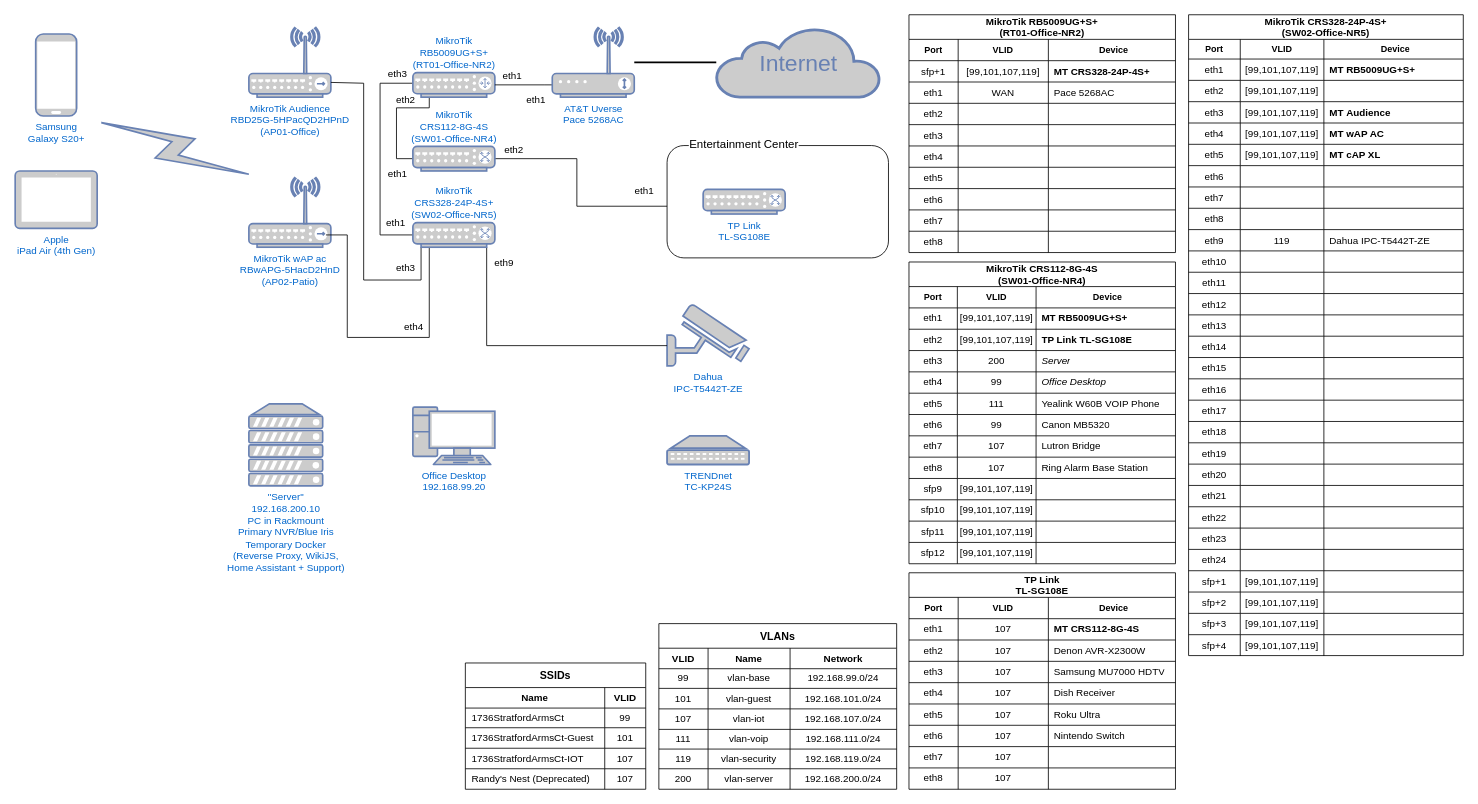
The draw.io diagram smart-home/homelab.drawio in simsrw73/documents, before the edit. Source tidied: cells renumbered, new cells numbered last; positions are measured from the earlier drawing's top-left corner, leaving out a move shared by most shapes. Both pictures are drawn from the tidied source at 82%, with x=0, y=0 at pixel (15, 14).
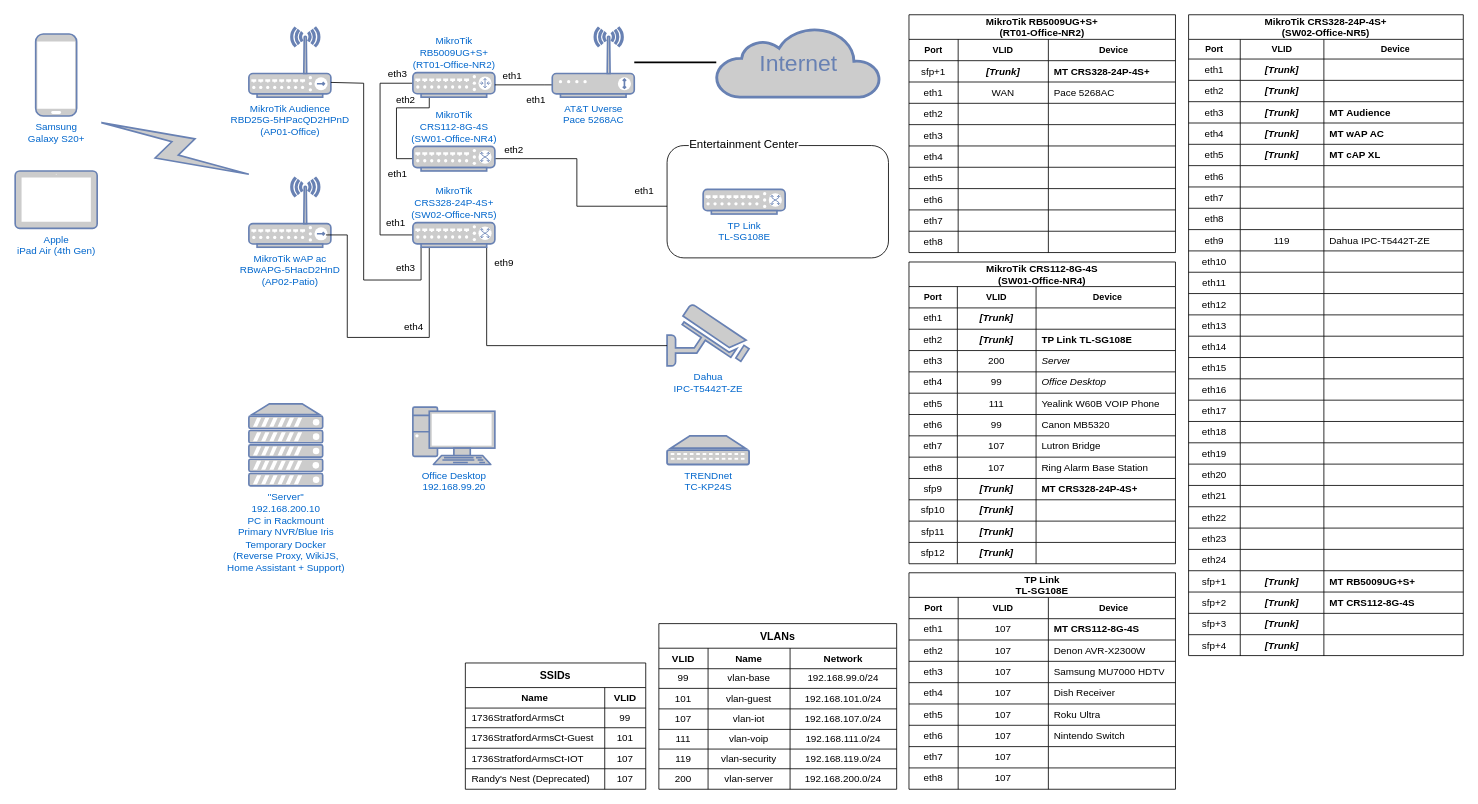
The same page after the edit.

Commit message:
Update Network Diagram

Unchanged cells that the change refers to:
```xml
<mxCell id="68" style="shape=partialRectangle;fillColor=none;top=0;left=0;bottom=0;right=0;" parent="63" vertex="1">
  <mxGeometry y="56" width="325" height="26" as="geometry" />
</mxCell>
<mxCell id="109" style="shape=partialRectangle;fillColor=none;top=0;left=0;bottom=0;right=0;" parent="104" vertex="1">
  <mxGeometry y="56" width="325" height="26" as="geometry" />
</mxCell>
<mxCell id="113" style="shape=partialRectangle;fillColor=none;top=0;left=0;bottom=0;right=0;" parent="104" vertex="1">
  <mxGeometry y="82" width="325" height="26" as="geometry" />
</mxCell>
<mxCell id="141" style="shape=partialRectangle;fillColor=none;top=0;left=0;bottom=0;right=0;" parent="104" vertex="1">
  <mxGeometry y="264" width="325" height="26" as="geometry" />
</mxCell>
<mxCell id="145" style="shape=partialRectangle;fillColor=none;top=0;left=0;bottom=0;right=0;" parent="104" vertex="1">
  <mxGeometry y="290" width="325" height="26" as="geometry" />
</mxCell>
<mxCell id="149" style="shape=partialRectangle;fillColor=none;top=0;left=0;bottom=0;right=0;" parent="104" vertex="1">
  <mxGeometry y="316" width="325" height="26" as="geometry" />
</mxCell>
<mxCell id="153" style="shape=partialRectangle;fillColor=none;top=0;left=0;bottom=0;right=0;" parent="104" vertex="1">
  <mxGeometry y="342" width="325" height="26" as="geometry" />
</mxCell>
<mxCell id="199" style="shape=partialRectangle;fillColor=none;top=0;left=0;bottom=0;right=0;" parent="194" vertex="1">
  <mxGeometry y="54" width="335" height="26" as="geometry" />
</mxCell>
<mxCell id="203" style="shape=partialRectangle;fillColor=none;top=0;left=0;bottom=0;right=0;" parent="194" vertex="1">
  <mxGeometry y="80" width="335" height="26" as="geometry" />
</mxCell>
<mxCell id="207" style="shape=partialRectangle;fillColor=none;top=0;left=0;bottom=0;right=0;" parent="194" vertex="1">
  <mxGeometry y="106" width="335" height="26" as="geometry" />
</mxCell>
<mxCell id="211" style="shape=partialRectangle;fillColor=none;top=0;left=0;bottom=0;right=0;" parent="194" vertex="1">
  <mxGeometry y="132" width="335" height="26" as="geometry" />
</mxCell>
<mxCell id="215" style="shape=partialRectangle;fillColor=none;top=0;left=0;bottom=0;right=0;" parent="194" vertex="1">
  <mxGeometry y="158" width="335" height="26" as="geometry" />
</mxCell>
<mxCell id="295" style="shape=partialRectangle;fillColor=none;top=0;left=0;bottom=0;right=0;" parent="194" vertex="1">
  <mxGeometry y="678" width="335" height="26" as="geometry" />
</mxCell>
<mxCell id="299" style="shape=partialRectangle;fillColor=none;top=0;left=0;bottom=0;right=0;" parent="194" vertex="1">
  <mxGeometry y="704" width="335" height="26" as="geometry" />
</mxCell>
<mxCell id="303" style="shape=partialRectangle;fillColor=none;top=0;left=0;bottom=0;right=0;" parent="194" vertex="1">
  <mxGeometry y="730" width="335" height="26" as="geometry" />
</mxCell>
<mxCell id="307" style="shape=partialRectangle;fillColor=none;top=0;left=0;bottom=0;right=0;" parent="194" vertex="1">
  <mxGeometry y="756" width="335" height="26" as="geometry" />
</mxCell>
```

What changed in the source:
```diff
@@
-    <mxCell id="70" value="[99,101,107,119]" style="shape=partialRectangle;html=1;whiteSpace=wrap;overflow=hidden;fillColor=none;top=0;left=0;bottom=0;right=0;align=center;spacingLeft=0;" parent="68" vertex="1">
+    <mxCell id="70" value="&lt;b&gt;&lt;i&gt;[Trunk]&lt;/i&gt;&lt;/b&gt;" style="shape=partialRectangle;html=1;whiteSpace=wrap;overflow=hidden;fillColor=none;top=0;left=0;bottom=0;right=0;align=center;spacingLeft=0;" parent="68" vertex="1">
       <mxGeometry x="60" width="110" height="26" as="geometry" />
     </mxCell>
@@
-    <mxCell id="111" value="[99,101,107,119]" style="shape=partialRectangle;html=1;whiteSpace=wrap;overflow=hidden;fillColor=none;top=0;left=0;bottom=0;right=0;align=center;spacingLeft=0;" parent="109" vertex="1">
+    <mxCell id="111" value="[Trunk]" style="shape=partialRectangle;html=1;whiteSpace=wrap;overflow=hidden;fillColor=none;top=0;left=0;bottom=0;right=0;align=center;spacingLeft=0;fontStyle=3;" parent="109" vertex="1">
       <mxGeometry x="59" width="96" height="26" as="geometry" />
     </mxCell>
-    <mxCell id="112" value="&lt;div&gt;&lt;b&gt;MT RB5009UG+S+&lt;/b&gt;&lt;br&gt;&lt;/div&gt;" style="shape=partialRectangle;html=1;whiteSpace=wrap;overflow=hidden;fillColor=none;top=0;left=0;bottom=0;right=0;align=left;spacingLeft=5;" parent="109" vertex="1">
+    <mxCell id="112" value="&lt;div&gt;&lt;br&gt;&lt;/div&gt;" style="shape=partialRectangle;html=1;whiteSpace=wrap;overflow=hidden;fillColor=none;top=0;left=0;bottom=0;right=0;align=left;spacingLeft=5;" parent="109" vertex="1">
       <mxGeometry x="155" width="170" height="26" as="geometry" />
     </mxCell>
@@
-    <mxCell id="115" value="[99,101,107,119]" style="shape=partialRectangle;html=1;whiteSpace=wrap;overflow=hidden;fillColor=none;top=0;left=0;bottom=0;right=0;align=center;spacingLeft=0;" parent="113" vertex="1">
+    <mxCell id="115" value="[Trunk]" style="shape=partialRectangle;html=1;whiteSpace=wrap;overflow=hidden;fillColor=none;top=0;left=0;bottom=0;right=0;align=center;spacingLeft=0;fontStyle=3;" parent="113" vertex="1">
       <mxGeometry x="59" width="96" height="26" as="geometry" />
     </mxCell>
@@
-    <mxCell id="143" value="[99,101,107,119]" style="shape=partialRectangle;html=1;whiteSpace=wrap;overflow=hidden;fillColor=none;top=0;left=0;bottom=0;right=0;align=center;spacingLeft=0;" parent="141" vertex="1">
+    <mxCell id="143" value="[Trunk]" style="shape=partialRectangle;html=1;whiteSpace=wrap;overflow=hidden;fillColor=none;top=0;left=0;bottom=0;right=0;align=center;spacingLeft=0;fontStyle=3;" parent="141" vertex="1">
       <mxGeometry x="59" width="96" height="26" as="geometry" />
     </mxCell>
-    <mxCell id="144" style="shape=partialRectangle;html=1;whiteSpace=wrap;overflow=hidden;fillColor=none;top=0;left=0;bottom=0;right=0;align=left;spacingLeft=5;" parent="141" vertex="1">
+    <mxCell id="144" value="&lt;b&gt;MT&amp;nbsp;CRS328-24P-4S+&lt;/b&gt;" style="shape=partialRectangle;html=1;whiteSpace=wrap;overflow=hidden;fillColor=none;top=0;left=0;bottom=0;right=0;align=left;spacingLeft=5;" parent="141" vertex="1">
       <mxGeometry x="155" width="170" height="26" as="geometry" />
     </mxCell>
@@
-    <mxCell id="147" value="[99,101,107,119]" style="shape=partialRectangle;html=1;whiteSpace=wrap;overflow=hidden;fillColor=none;top=0;left=0;bottom=0;right=0;align=center;spacingLeft=0;" parent="145" vertex="1">
+    <mxCell id="147" value="[Trunk]" style="shape=partialRectangle;html=1;whiteSpace=wrap;overflow=hidden;fillColor=none;top=0;left=0;bottom=0;right=0;align=center;spacingLeft=0;fontStyle=3;" parent="145" vertex="1">
       <mxGeometry x="59" width="96" height="26" as="geometry" />
     </mxCell>
@@
-    <mxCell id="151" value="[99,101,107,119]" style="shape=partialRectangle;html=1;whiteSpace=wrap;overflow=hidden;fillColor=none;top=0;left=0;bottom=0;right=0;align=center;spacingLeft=0;" parent="149" vertex="1">
+    <mxCell id="151" value="[Trunk]" style="shape=partialRectangle;html=1;whiteSpace=wrap;overflow=hidden;fillColor=none;top=0;left=0;bottom=0;right=0;align=center;spacingLeft=0;fontStyle=3;" parent="149" vertex="1">
       <mxGeometry x="59" width="96" height="26" as="geometry" />
     </mxCell>
@@
-    <mxCell id="155" value="[99,101,107,119]" style="shape=partialRectangle;html=1;whiteSpace=wrap;overflow=hidden;fillColor=none;top=0;left=0;bottom=0;right=0;align=center;spacingLeft=0;" parent="153" vertex="1">
+    <mxCell id="155" value="[Trunk]" style="shape=partialRectangle;html=1;whiteSpace=wrap;overflow=hidden;fillColor=none;top=0;left=0;bottom=0;right=0;align=center;spacingLeft=0;fontStyle=3;" parent="153" vertex="1">
       <mxGeometry x="59" width="96" height="26" as="geometry" />
     </mxCell>
@@
-    <mxCell id="201" value="[99,101,107,119]" style="shape=partialRectangle;html=1;whiteSpace=wrap;overflow=hidden;fillColor=none;top=0;left=0;bottom=0;right=0;align=center;spacingLeft=0;" parent="199" vertex="1">
+    <mxCell id="201" value="[Trunk]" style="shape=partialRectangle;html=1;whiteSpace=wrap;overflow=hidden;fillColor=none;top=0;left=0;bottom=0;right=0;align=center;spacingLeft=0;fontStyle=3;" parent="199" vertex="1">
       <mxGeometry x="63" width="102" height="26" as="geometry" />
     </mxCell>
-    <mxCell id="202" value="&lt;div&gt;&lt;/div&gt;&lt;b&gt;MT RB5009UG+S+&lt;/b&gt;&lt;span style=&quot;text-align: center&quot;&gt;&lt;br&gt;&lt;/span&gt;" style="shape=partialRectangle;html=1;whiteSpace=wrap;overflow=hidden;fillColor=none;top=0;left=0;bottom=0;right=0;align=left;spacingLeft=5;" parent="199" vertex="1">
+    <mxCell id="202" value="&lt;div&gt;&lt;/div&gt;&lt;span style=&quot;text-align: center&quot;&gt;&lt;br&gt;&lt;/span&gt;" style="shape=partialRectangle;html=1;whiteSpace=wrap;overflow=hidden;fillColor=none;top=0;left=0;bottom=0;right=0;align=left;spacingLeft=5;" parent="199" vertex="1">
       <mxGeometry x="165" width="170" height="26" as="geometry" />
     </mxCell>
@@
-    <mxCell id="205" value="[99,101,107,119]" style="shape=partialRectangle;html=1;whiteSpace=wrap;overflow=hidden;fillColor=none;top=0;left=0;bottom=0;right=0;align=center;spacingLeft=0;" parent="203" vertex="1">
+    <mxCell id="205" value="[Trunk]" style="shape=partialRectangle;html=1;whiteSpace=wrap;overflow=hidden;fillColor=none;top=0;left=0;bottom=0;right=0;align=center;spacingLeft=0;fontStyle=3;" parent="203" vertex="1">
       <mxGeometry x="63" width="102" height="26" as="geometry" />
     </mxCell>
@@
-    <mxCell id="209" value="[99,101,107,119]" style="shape=partialRectangle;html=1;whiteSpace=wrap;overflow=hidden;fillColor=none;top=0;left=0;bottom=0;right=0;align=center;spacingLeft=0;" parent="207" vertex="1">
+    <mxCell id="209" value="[Trunk]" style="shape=partialRectangle;html=1;whiteSpace=wrap;overflow=hidden;fillColor=none;top=0;left=0;bottom=0;right=0;align=center;spacingLeft=0;fontStyle=3;" parent="207" vertex="1">
       <mxGeometry x="63" width="102" height="26" as="geometry" />
     </mxCell>
@@
-    <mxCell id="213" value="[99,101,107,119]" style="shape=partialRectangle;html=1;whiteSpace=wrap;overflow=hidden;fillColor=none;top=0;left=0;bottom=0;right=0;align=center;spacingLeft=0;" parent="211" vertex="1">
+    <mxCell id="213" value="[Trunk]" style="shape=partialRectangle;html=1;whiteSpace=wrap;overflow=hidden;fillColor=none;top=0;left=0;bottom=0;right=0;align=center;spacingLeft=0;fontStyle=3;" parent="211" vertex="1">
       <mxGeometry x="63" width="102" height="26" as="geometry" />
     </mxCell>
@@
-    <mxCell id="217" value="&lt;span&gt;[99,101,107,119]&lt;/span&gt;" style="shape=partialRectangle;html=1;whiteSpace=wrap;overflow=hidden;fillColor=none;top=0;left=0;bottom=0;right=0;align=center;spacingLeft=0;" parent="215" vertex="1">
+    <mxCell id="217" value="[Trunk]" style="shape=partialRectangle;html=1;whiteSpace=wrap;overflow=hidden;fillColor=none;top=0;left=0;bottom=0;right=0;align=center;spacingLeft=0;fontStyle=3;" parent="215" vertex="1">
       <mxGeometry x="63" width="102" height="26" as="geometry" />
     </mxCell>
@@
-    <mxCell id="297" value="[99,101,107,119]" style="shape=partialRectangle;html=1;whiteSpace=wrap;overflow=hidden;fillColor=none;top=0;left=0;bottom=0;right=0;align=center;spacingLeft=0;" parent="295" vertex="1">
+    <mxCell id="297" value="[Trunk]" style="shape=partialRectangle;html=1;whiteSpace=wrap;overflow=hidden;fillColor=none;top=0;left=0;bottom=0;right=0;align=center;spacingLeft=0;fontStyle=3;" parent="295" vertex="1">
       <mxGeometry x="63" width="102" height="26" as="geometry" />
     </mxCell>
-    <mxCell id="298" style="shape=partialRectangle;html=1;whiteSpace=wrap;overflow=hidden;fillColor=none;top=0;left=0;bottom=0;right=0;align=left;spacingLeft=5;" parent="295" vertex="1">
+    <mxCell id="298" value="&lt;b&gt;MT RB5009UG+S+&lt;/b&gt;" style="shape=partialRectangle;html=1;whiteSpace=wrap;overflow=hidden;fillColor=none;top=0;left=0;bottom=0;right=0;align=left;spacingLeft=5;" parent="295" vertex="1">
       <mxGeometry x="165" width="170" height="26" as="geometry" />
     </mxCell>
@@
-    <mxCell id="301" value="[99,101,107,119]" style="shape=partialRectangle;html=1;whiteSpace=wrap;overflow=hidden;fillColor=none;top=0;left=0;bottom=0;right=0;align=center;spacingLeft=0;" parent="299" vertex="1">
+    <mxCell id="301" value="[Trunk]" style="shape=partialRectangle;html=1;whiteSpace=wrap;overflow=hidden;fillColor=none;top=0;left=0;bottom=0;right=0;align=center;spacingLeft=0;fontStyle=3;" parent="299" vertex="1">
       <mxGeometry x="63" width="102" height="26" as="geometry" />
     </mxCell>
-    <mxCell id="302" style="shape=partialRectangle;html=1;whiteSpace=wrap;overflow=hidden;fillColor=none;top=0;left=0;bottom=0;right=0;align=left;spacingLeft=5;" parent="299" vertex="1">
+    <mxCell id="302" value="&lt;b&gt;MT CRS112-8G-4S&lt;/b&gt;" style="shape=partialRectangle;html=1;whiteSpace=wrap;overflow=hidden;fillColor=none;top=0;left=0;bottom=0;right=0;align=left;spacingLeft=5;" parent="299" vertex="1">
       <mxGeometry x="165" width="170" height="26" as="geometry" />
     </mxCell>
@@
-    <mxCell id="305" value="[99,101,107,119]" style="shape=partialRectangle;html=1;whiteSpace=wrap;overflow=hidden;fillColor=none;top=0;left=0;bottom=0;right=0;align=center;spacingLeft=0;" parent="303" vertex="1">
+    <mxCell id="305" value="[Trunk]" style="shape=partialRectangle;html=1;whiteSpace=wrap;overflow=hidden;fillColor=none;top=0;left=0;bottom=0;right=0;align=center;spacingLeft=0;fontStyle=3;" parent="303" vertex="1">
       <mxGeometry x="63" width="102" height="26" as="geometry" />
     </mxCell>
@@
-    <mxCell id="309" value="[99,101,107,119]" style="shape=partialRectangle;html=1;whiteSpace=wrap;overflow=hidden;fillColor=none;top=0;left=0;bottom=0;right=0;align=center;spacingLeft=0;" parent="307" vertex="1">
+    <mxCell id="309" value="[Trunk]" style="shape=partialRectangle;html=1;whiteSpace=wrap;overflow=hidden;fillColor=none;top=0;left=0;bottom=0;right=0;align=center;spacingLeft=0;fontStyle=3;" parent="307" vertex="1">
       <mxGeometry x="63" width="102" height="26" as="geometry" />
     </mxCell>
```
